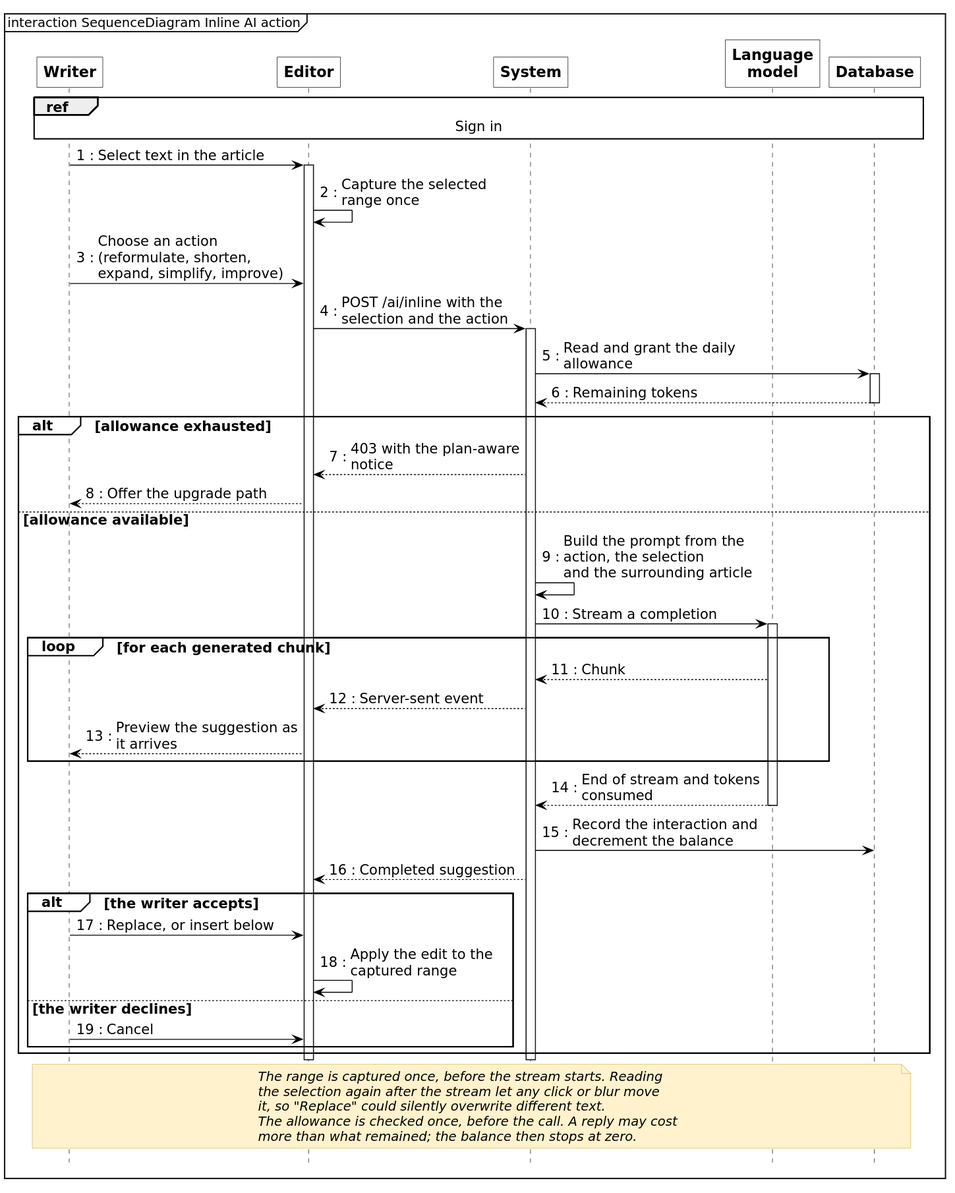
Earlier version of the PlantUML export diagrams/fig-4-6-sequence-inline-ai-edit/fig-4-6-sequence-inline-ai-edit.svg (inkwell-dev/spec.inkwell.ai).
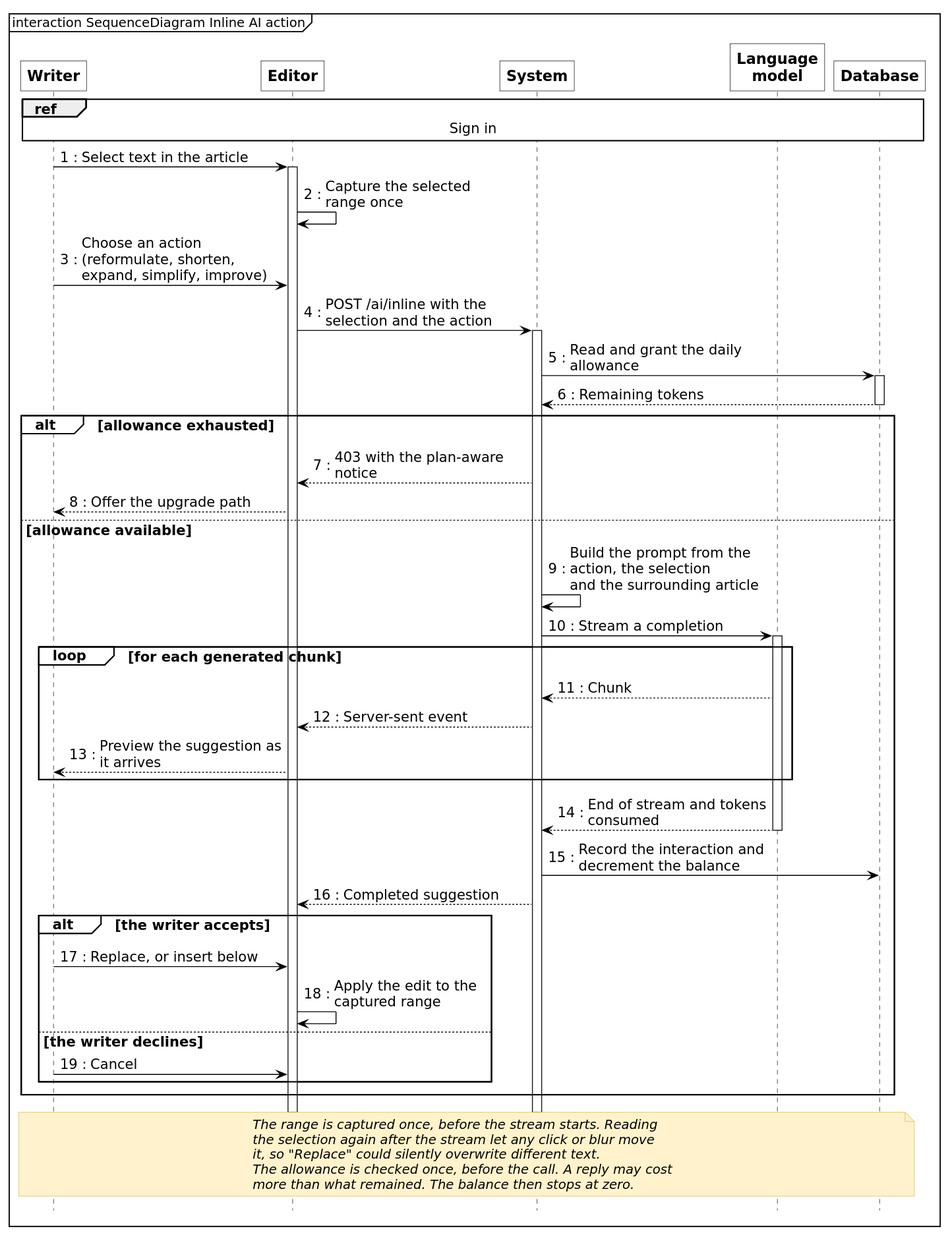
Later version of the same file.

Diff of the diagram source:
```diff
@@ -54,6 +54,6 @@
   the selection again after the stream let any click or blur move
   it, so "Replace" could silently overwrite different text.
   The allowance is checked once, before the call. A reply may cost
-  more than what remained; the balance then stops at zero.
+  more than what remained. The balance then stops at zero.
 end note
 @enduml
```
